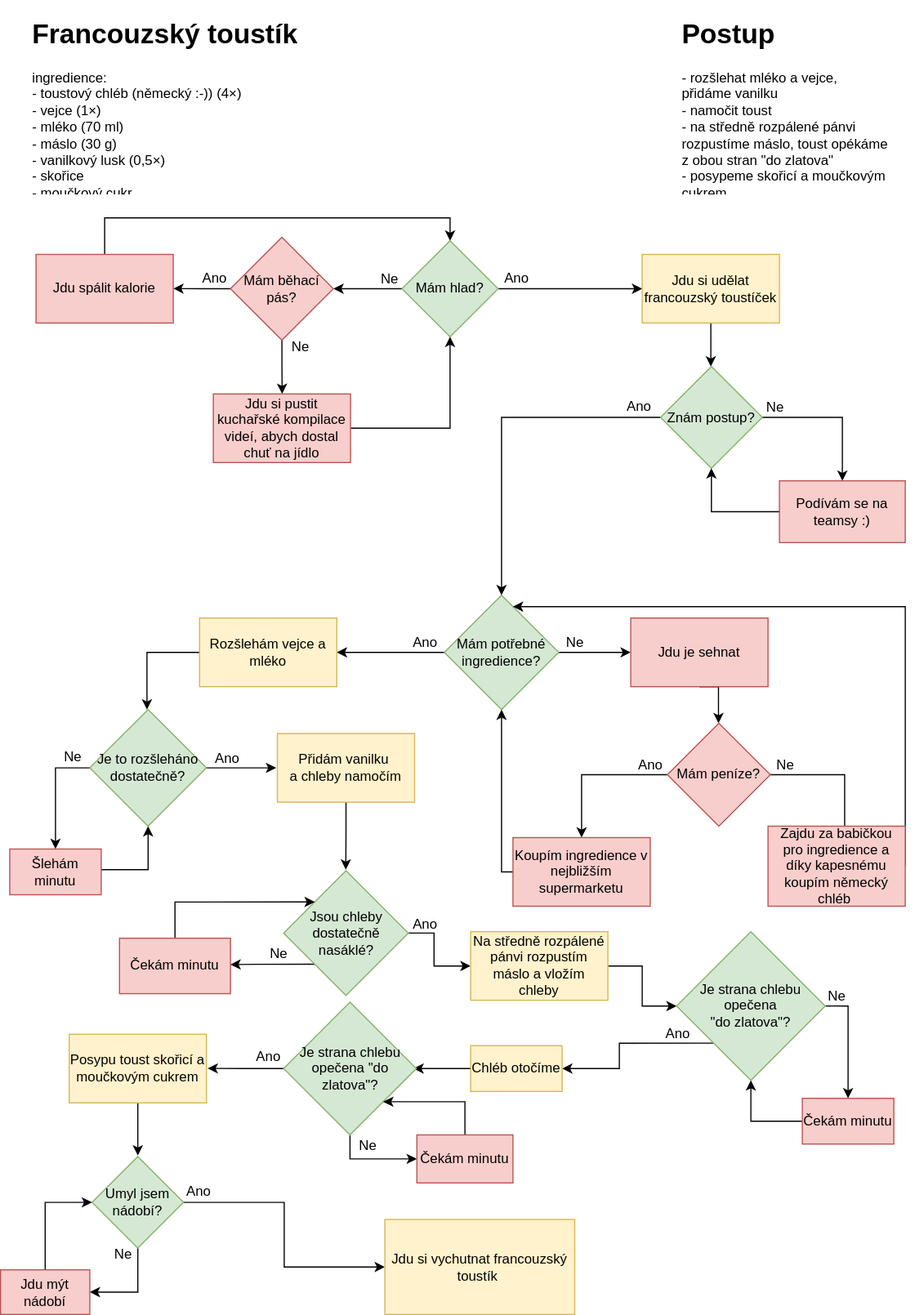
Earlier version of the draw.io export složka/Francouzský toustík.svg (dankolar69/diagrams.net-1). Source tidied: cells renumbered, new cells last; positions are measured from the earlier drawing's top-left corner, leaving out a move shared by most shapes.
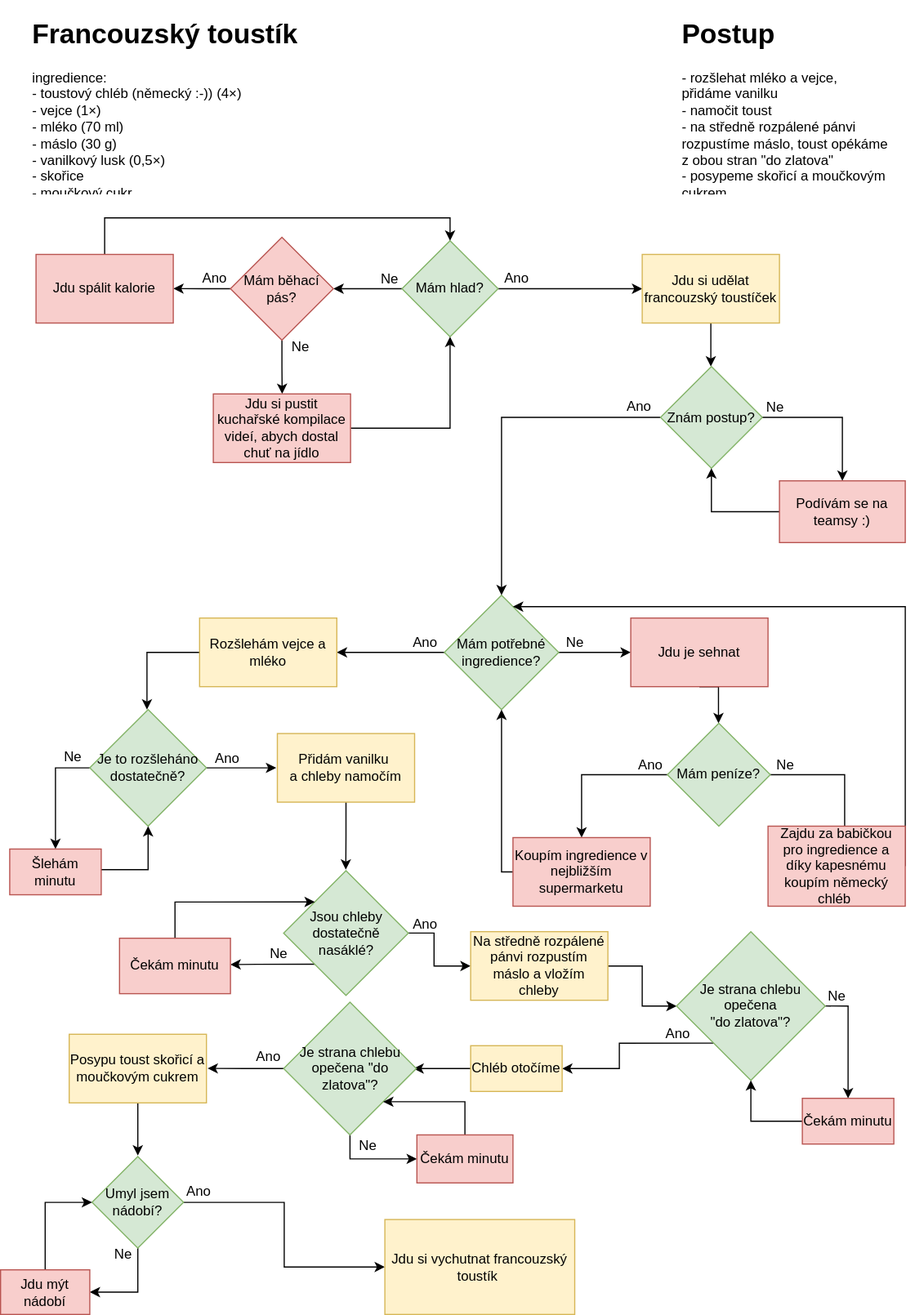
Above is the later version.

Change to the diagram source:
```diff
@@ -104,7 +104,7 @@
         </Array>
       </mxGeometry>
     </mxCell>
-    <mxCell id="28" value="Mám peníze?" style="rhombus;whiteSpace=wrap;html=1;fillColor=#f8cecc;strokeColor=#b85450;" parent="1" vertex="1">
+    <mxCell id="28" value="Mám peníze?" style="rhombus;whiteSpace=wrap;html=1;fillColor=#d5e8d4;strokeColor=#82b366;" parent="1" vertex="1">
       <mxGeometry x="583" y="622" width="90" height="90" as="geometry" />
     </mxCell>
     <mxCell id="29" value="Ne" style="text;html=1;align=center;verticalAlign=middle;strokeColor=none;fillColor=none;" parent="1" vertex="1">
```
